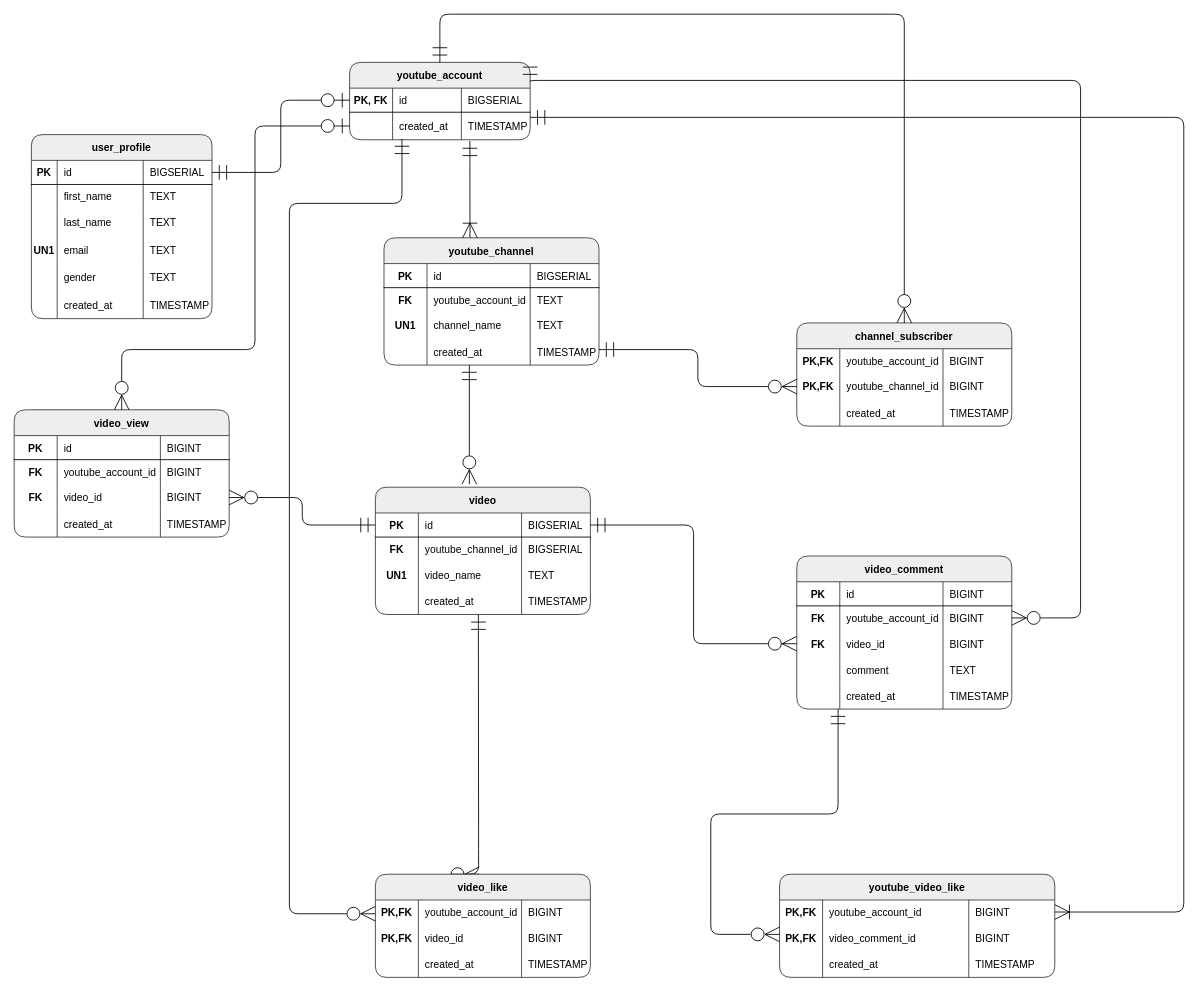
mskydream/erd-course keeps this draw.io diagram as YoutubeDiagram.drawio. Above is the earlier version. Source tidied: cells renumbered, new cells numbered last; positions are measured from the earlier drawing's top-left corner, leaving out a move shared by most shapes. Both pictures are drawn from the tidied source at 86%, with x=0, y=0 at pixel (14, 14).
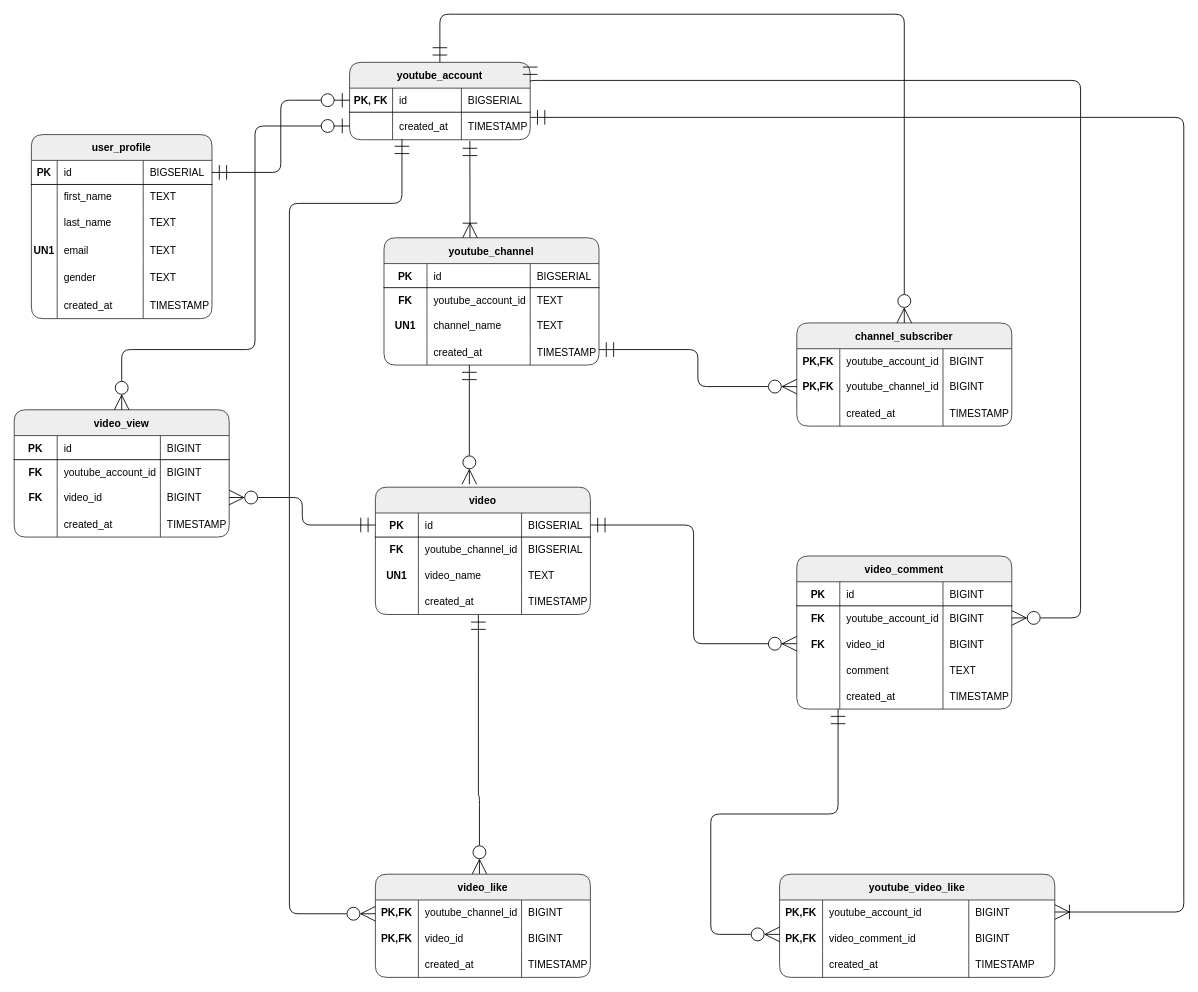
Above is the later version.

The change refers to these unchanged cells:
```xml
<mxCell id="83" style="shape=tableRow;horizontal=0;startSize=0;swimlaneHead=0;swimlaneBody=0;fillColor=none;points=[[0,0.5],[1,0.5]];portConstraint=eastwest;top=0;left=0;right=0;bottom=0;" parent="70" vertex="1">
  <mxGeometry y="118" width="250" height="30" as="geometry" />
</mxCell>
<mxCell id="132" style="shape=tableRow;horizontal=0;startSize=0;swimlaneHead=0;swimlaneBody=0;fillColor=none;top=0;left=0;right=0;bottom=0;" parent="131" vertex="1">
  <mxGeometry y="30" width="250" height="28" as="geometry" />
</mxCell>
```

Change to the diagram source:
```diff
@@
     <mxCell id="130" style="edgeStyle=orthogonalEdgeStyle;rounded=1;jettySize=auto;html=1;startArrow=ERzeroToMany;startFill=0;endArrow=ERmandOne;endFill=0;startSize=15;endSize=15;strokeColor=default;strokeWidth=1;elbow=vertical;entryX=0.479;entryY=1.011;entryDx=0;entryDy=0;entryPerimeter=0;" parent="1" edge="1" target="83">
       <mxGeometry relative="1" as="geometry">
         <mxPoint x="541" y="1000" as="sourcePoint" />
         <Array as="points">
-          <mxPoint x="540" y="1000" />
-          <mxPoint x="540" y="960" />
-          <mxPoint x="540" y="960" />
+          <mxPoint x="541" y="909" />
+          <mxPoint x="540" y="909" />
         </Array>
       </mxGeometry>
     </mxCell>
@@
-    <mxCell id="134" value="youtube_account_id" style="shape=partialRectangle;fillColor=none;top=0;left=0;bottom=0;right=0;align=left;spacingLeft=6;overflow=hidden;" parent="132" vertex="1">
+    <mxCell id="134" value="youtube_channel_id" style="shape=partialRectangle;fillColor=none;top=0;left=0;bottom=0;right=0;align=left;spacingLeft=6;overflow=hidden;" parent="132" vertex="1">
       <mxGeometry x="50" width="120" height="28" as="geometry" />
     </mxCell>
```
